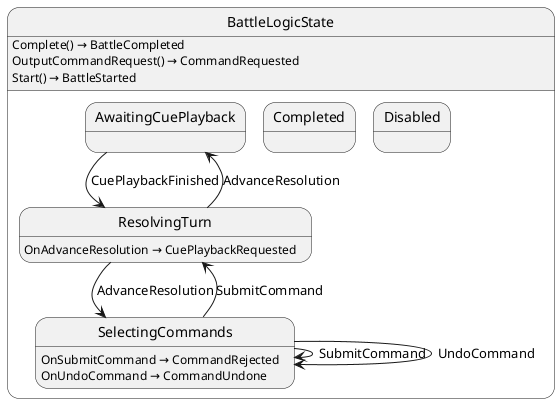
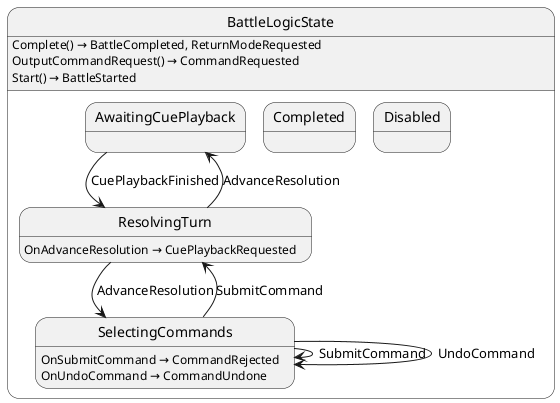
@startuml BattleLogicState
state "BattleLogicState" as Labyrinth_BattleLogicState {
  state "AwaitingCuePlayback" as Labyrinth_BattleLogicState_AwaitingCuePlayback
  state "Completed" as Labyrinth_BattleLogicState_Completed
  state "Disabled" as Labyrinth_BattleLogicState_Disabled
  state "ResolvingTurn" as Labyrinth_BattleLogicState_ResolvingTurn
  state "SelectingCommands" as Labyrinth_BattleLogicState_SelectingCommands
}

Labyrinth_BattleLogicState_AwaitingCuePlayback --> Labyrinth_BattleLogicState_ResolvingTurn : CuePlaybackFinished
Labyrinth_BattleLogicState_ResolvingTurn --> Labyrinth_BattleLogicState_AwaitingCuePlayback : AdvanceResolution
Labyrinth_BattleLogicState_ResolvingTurn --> Labyrinth_BattleLogicState_SelectingCommands : AdvanceResolution
Labyrinth_BattleLogicState_SelectingCommands --> Labyrinth_BattleLogicState_ResolvingTurn : SubmitCommand
Labyrinth_BattleLogicState_SelectingCommands --> Labyrinth_BattleLogicState_SelectingCommands : SubmitCommand
Labyrinth_BattleLogicState_SelectingCommands --> Labyrinth_BattleLogicState_SelectingCommands : UndoCommand

- Labyrinth_BattleLogicState : Complete() → BattleCompleted
+ Labyrinth_BattleLogicState : Complete() → BattleCompleted, ReturnModeRequested
Labyrinth_BattleLogicState : OutputCommandRequest() → CommandRequested
Labyrinth_BattleLogicState : Start() → BattleStarted
Labyrinth_BattleLogicState_ResolvingTurn : OnAdvanceResolution → CuePlaybackRequested
Labyrinth_BattleLogicState_SelectingCommands : OnSubmitCommand → CommandRejected
Labyrinth_BattleLogicState_SelectingCommands : OnUndoCommand → CommandUndone
@enduml